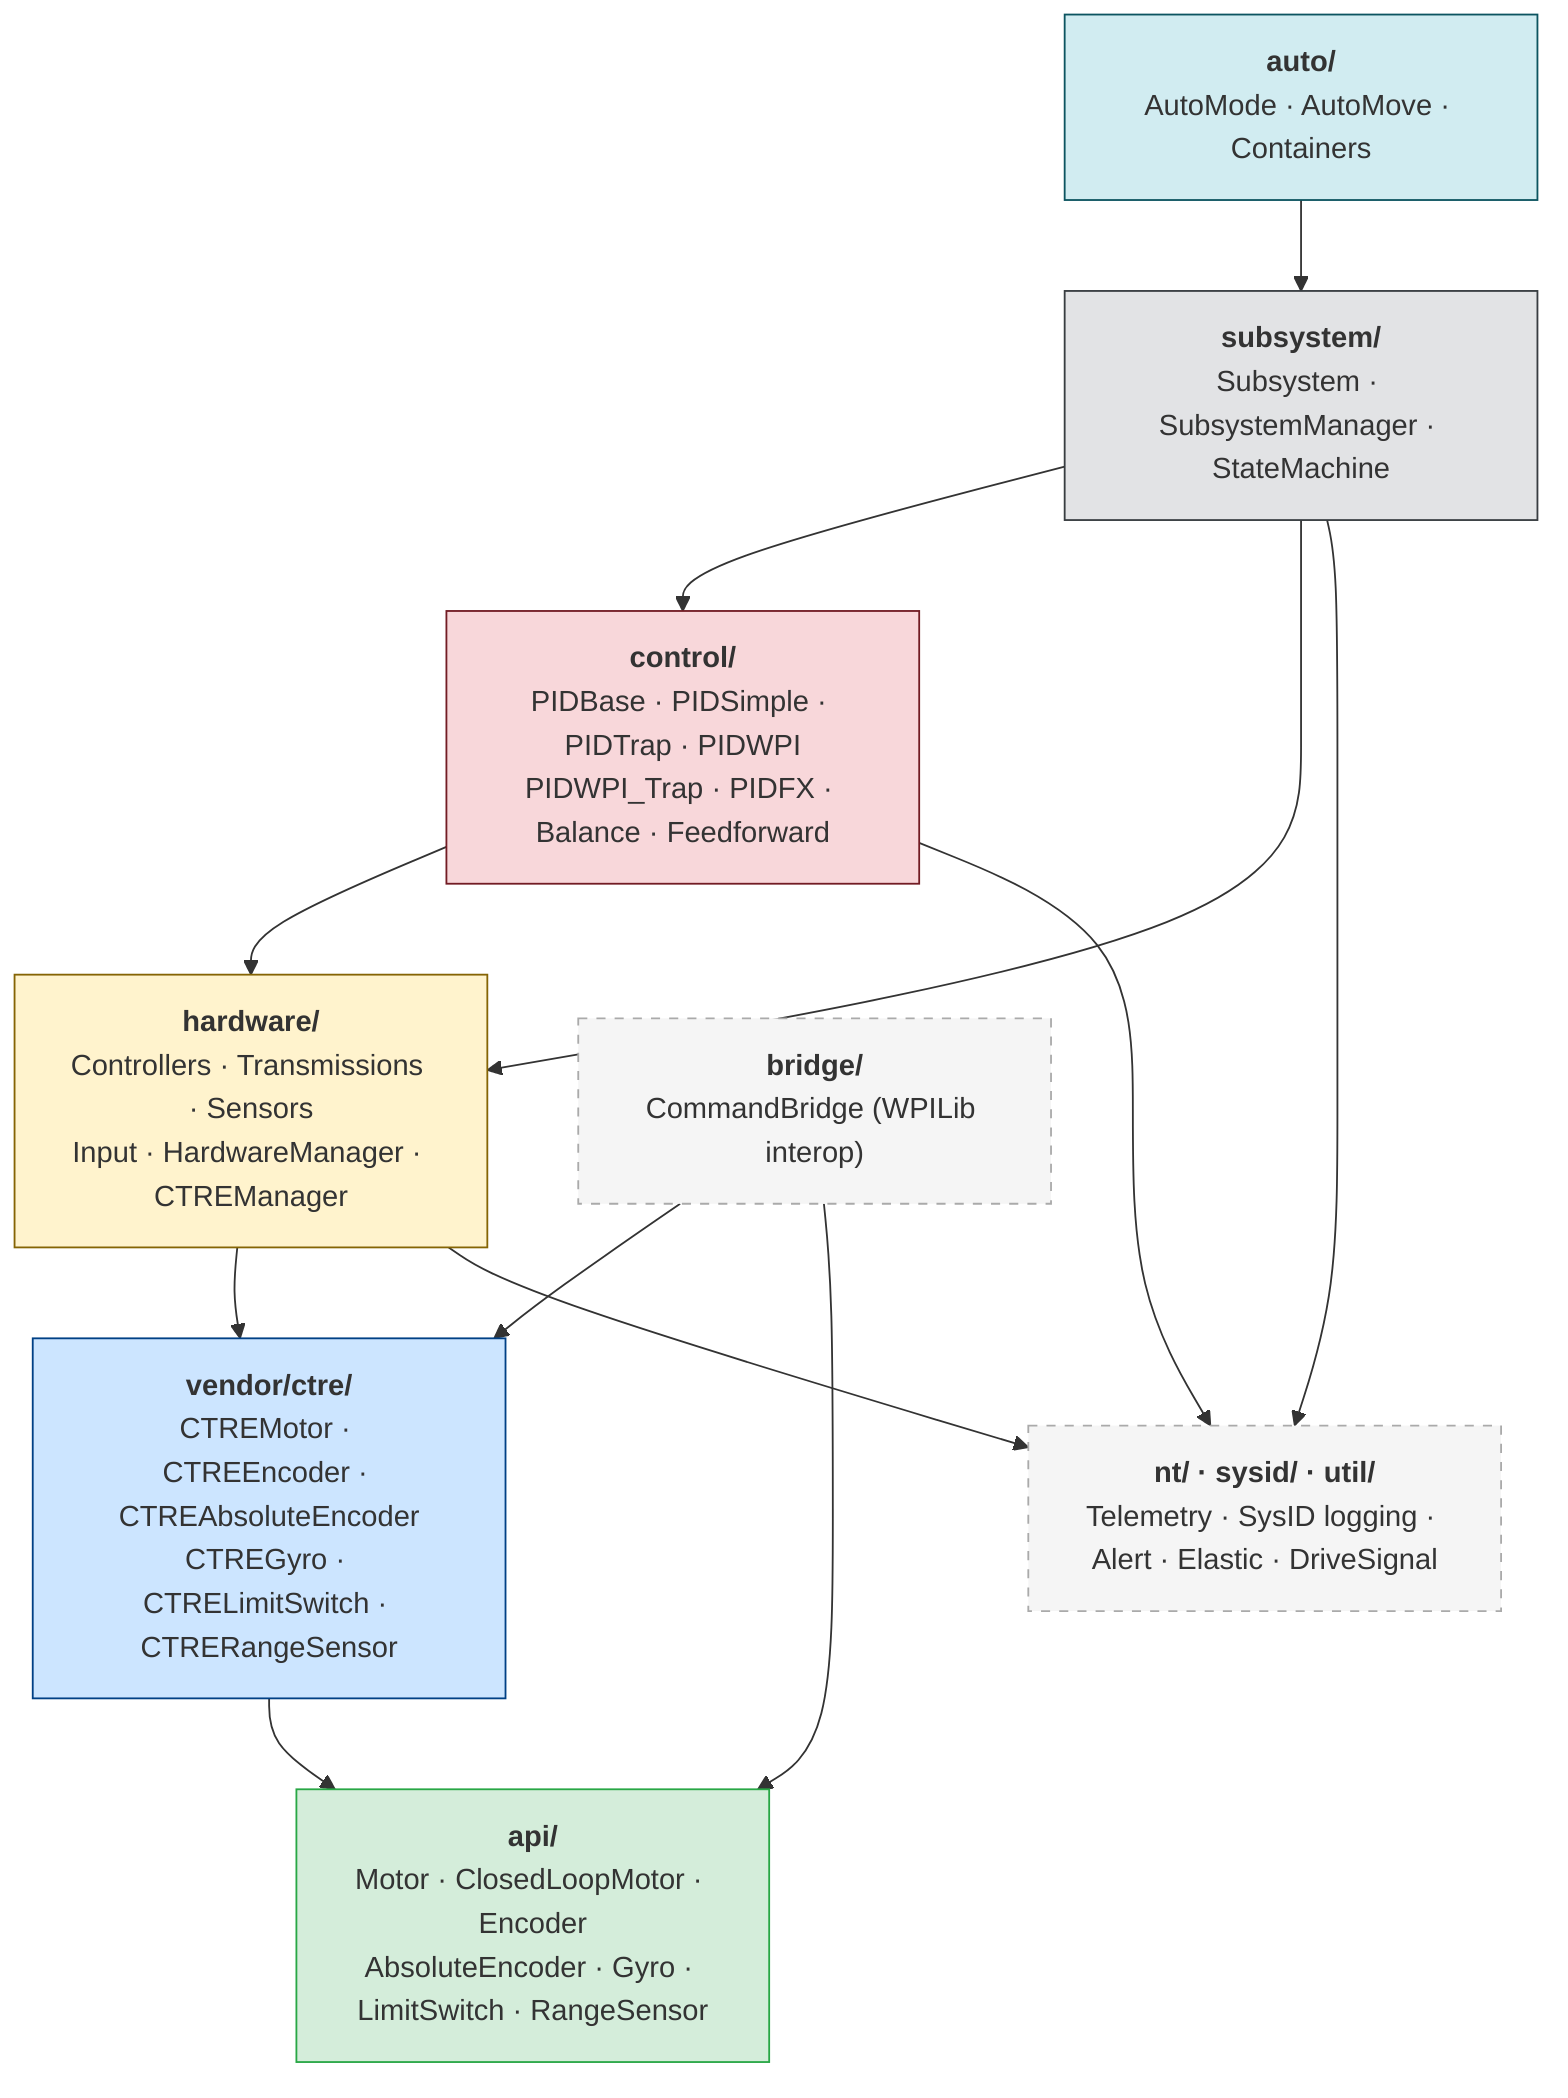
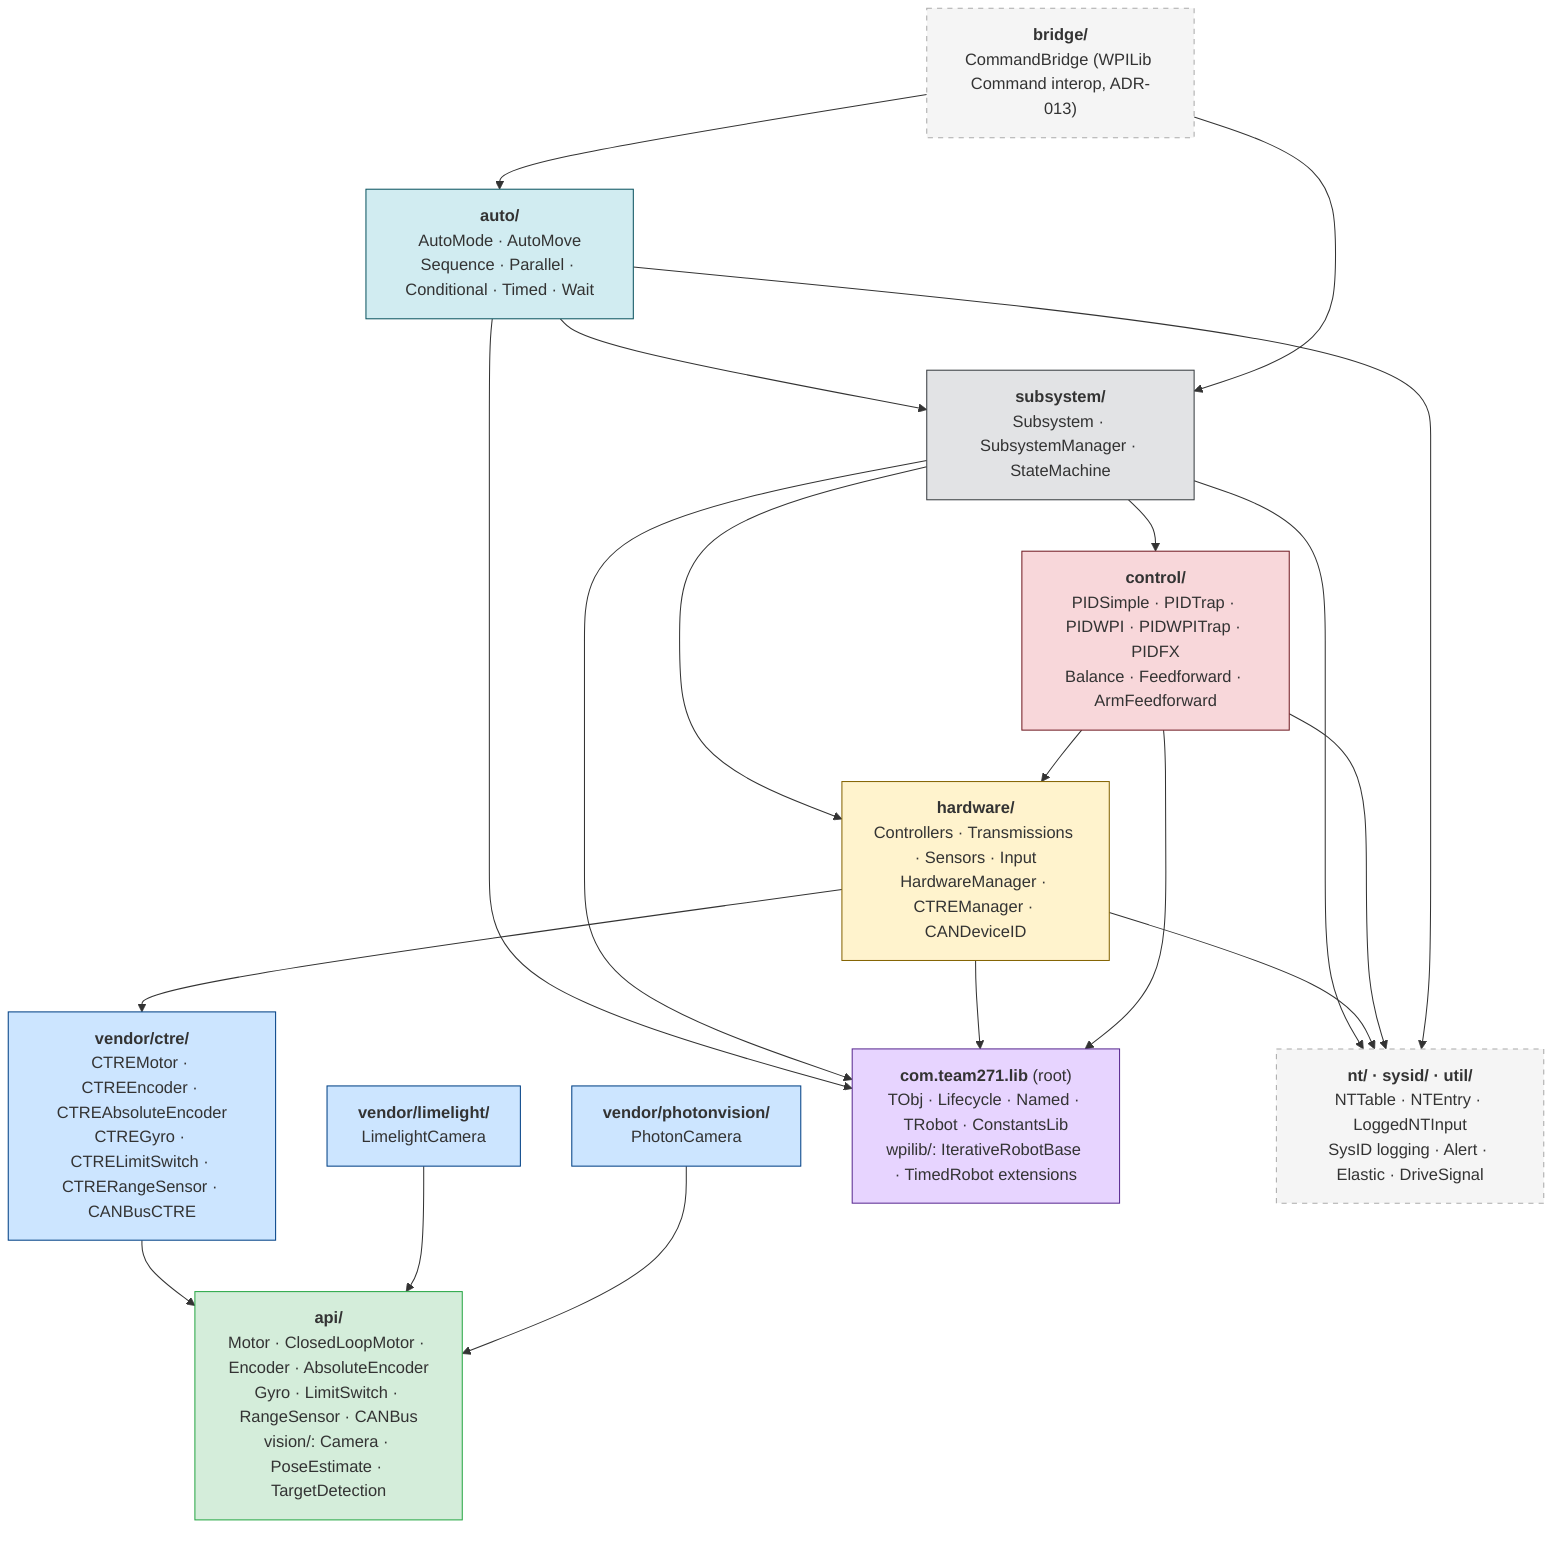
- %% Team271-Lib — 6-Layer Architecture Dependency Diagram
+ %% Team271-Lib — Six-Layer Architecture Dependency Diagram
%% Each layer may depend only on layers below it.
%% Arrow direction: "depends on"
+ %% Source of truth: ADR-004 (layered architecture), ADR-006 (CTRE primary),
+ %%                  ADR-016 (vision abstraction), ADR-017 (CAN-bus abstraction)

graph TD
-     auto["<b>auto/</b><br/>AutoMode · AutoMove · Containers"]
+     auto["<b>auto/</b><br/>AutoMode · AutoMove<br/>Sequence · Parallel · Conditional · Timed · Wait"]
    subsystem["<b>subsystem/</b><br/>Subsystem · SubsystemManager · StateMachine"]
-     control["<b>control/</b><br/>PIDBase · PIDSimple · PIDTrap · PIDWPI<br/>PIDWPI_Trap · PIDFX · Balance · Feedforward"]
-     hardware["<b>hardware/</b><br/>Controllers · Transmissions · Sensors<br/>Input · HardwareManager · CTREManager"]
-     vendor_ctre["<b>vendor/ctre/</b><br/>CTREMotor · CTREEncoder · CTREAbsoluteEncoder<br/>CTREGyro · CTRELimitSwitch · CTRERangeSensor"]
-     api["<b>api/</b><br/>Motor · ClosedLoopMotor · Encoder<br/>AbsoluteEncoder · Gyro · LimitSwitch · RangeSensor"]
-     crosscut["<b>nt/ · sysid/ · util/</b><br/>Telemetry · SysID logging · Alert · Elastic · DriveSignal"]
-     bridge["<b>bridge/</b><br/>CommandBridge (WPILib interop)"]
+     control["<b>control/</b><br/>PIDSimple · PIDTrap · PIDWPI · PIDWPITrap · PIDFX<br/>Balance · Feedforward · ArmFeedforward"]
+     hardware["<b>hardware/</b><br/>Controllers · Transmissions · Sensors · Input<br/>HardwareManager · CTREManager · CANDeviceID"]
+     vendor_ctre["<b>vendor/ctre/</b><br/>CTREMotor · CTREEncoder · CTREAbsoluteEncoder<br/>CTREGyro · CTRELimitSwitch · CTRERangeSensor · CANBusCTRE"]
+     vendor_limelight["<b>vendor/limelight/</b><br/>LimelightCamera"]
+     vendor_photon["<b>vendor/photonvision/</b><br/>PhotonCamera"]
+     api["<b>api/</b><br/>Motor · ClosedLoopMotor · Encoder · AbsoluteEncoder<br/>Gyro · LimitSwitch · RangeSensor · CANBus<br/>vision/: Camera · PoseEstimate · TargetDetection"]
+     root["<b>com.team271.lib</b> (root)<br/>TObj · Lifecycle · Named · TRobot · ConstantsLib<br/>wpilib/: IterativeRobotBase · TimedRobot extensions"]
+     crosscut["<b>nt/ · sysid/ · util/</b><br/>NTTable · NTEntry · LoggedNTInput<br/>SysID logging · Alert · Elastic · DriveSignal"]
+     bridge["<b>bridge/</b><br/>CommandBridge (WPILib Command interop, ADR-013)"]

    auto --> subsystem
    subsystem --> control
    subsystem --> hardware
    control --> hardware
    hardware --> vendor_ctre
    vendor_ctre --> api
-     bridge --> vendor_ctre
-     bridge --> api
+     vendor_limelight --> api
+     vendor_photon --> api
+     bridge --> auto
+     bridge --> subsystem

    subsystem --> crosscut
    hardware --> crosscut
    control --> crosscut
+     auto --> crosscut
+ 
+     auto --> root
+     subsystem --> root
+     hardware --> root
+     control --> root

    style api fill:#d4edda,stroke:#28a745
    style vendor_ctre fill:#cce5ff,stroke:#004085
+     style vendor_limelight fill:#cce5ff,stroke:#004085
+     style vendor_photon fill:#cce5ff,stroke:#004085
    style hardware fill:#fff3cd,stroke:#856404
    style control fill:#f8d7da,stroke:#721c24
    style subsystem fill:#e2e3e5,stroke:#383d41
    style auto fill:#d1ecf1,stroke:#0c5460
+     style root fill:#e7d4ff,stroke:#5a2b91
    style crosscut fill:#f5f5f5,stroke:#aaa,stroke-dasharray: 5 5
    style bridge fill:#f5f5f5,stroke:#aaa,stroke-dasharray: 5 5
